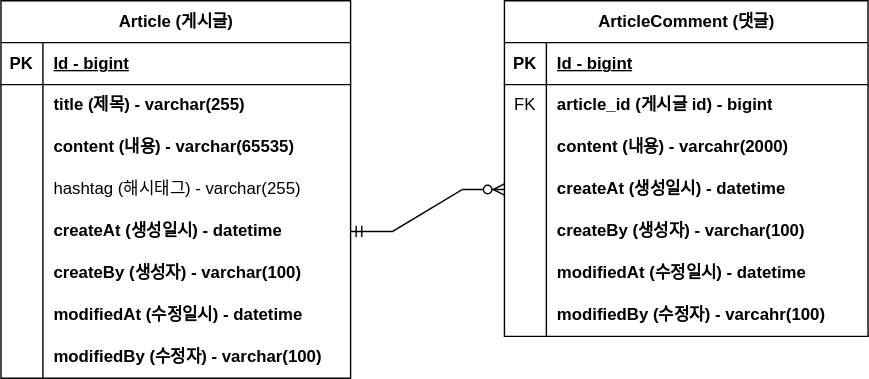
maiload/fastcampus-project-board keeps this draw.io diagram as document/project-board-erd.svg. Above is the earlier version. Source tidied: cells renumbered, new cells last; positions are measured from the earlier drawing's top-left corner, leaving out a move shared by most shapes.
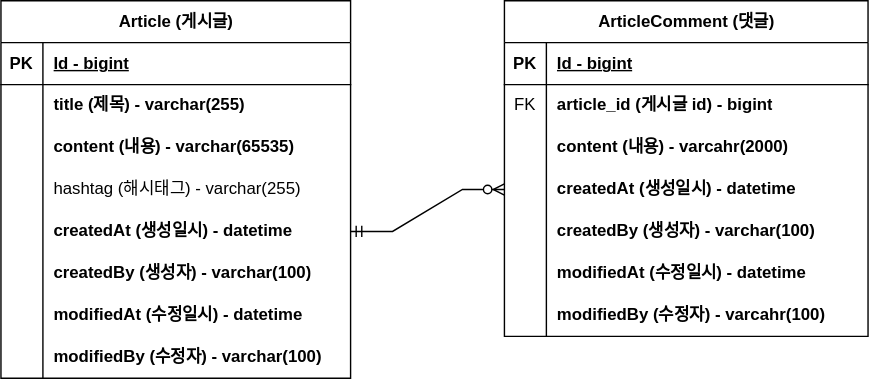
The same file after the commit.

Diff of the diagram source:
```diff
@@ -47,7 +47,7 @@
     <mxCell id="16" style="shape=partialRectangle;fillColor=none;top=0;left=0;bottom=0;right=0;overflow=hidden;whiteSpace=wrap;html=1;" parent="15" vertex="1">
       <mxGeometry width="30" height="30" as="geometry" />
     </mxCell>
-    <mxCell id="17" value="createAt (생성일시) - datetime" style="shape=partialRectangle;fillColor=none;top=0;left=0;bottom=0;right=0;align=left;spacingLeft=6;overflow=hidden;whiteSpace=wrap;html=1;fontStyle=1;" parent="15" vertex="1">
+    <mxCell id="17" value="createdAt (생성일시) - datetime" style="shape=partialRectangle;fillColor=none;top=0;left=0;bottom=0;right=0;align=left;spacingLeft=6;overflow=hidden;whiteSpace=wrap;html=1;fontStyle=1;" parent="15" vertex="1">
       <mxGeometry x="30" width="220" height="30" as="geometry" />
     </mxCell>
     <mxCell id="18" style="shape=tableRow;horizontal=0;startSize=0;swimlaneHead=0;swimlaneBody=0;fillColor=none;top=0;left=0;right=0;bottom=0;" parent="2" vertex="1">
@@ -56,7 +56,7 @@
     <mxCell id="19" style="shape=partialRectangle;fillColor=none;top=0;left=0;bottom=0;right=0;overflow=hidden;whiteSpace=wrap;html=1;" parent="18" vertex="1">
       <mxGeometry width="30" height="30" as="geometry" />
     </mxCell>
-    <mxCell id="20" value="createBy (생성자) - varchar(100)" style="shape=partialRectangle;fillColor=none;top=0;left=0;bottom=0;right=0;align=left;spacingLeft=6;overflow=hidden;whiteSpace=wrap;html=1;fontStyle=1;" parent="18" vertex="1">
+    <mxCell id="20" value="createdBy (생성자) - varchar(100)" style="shape=partialRectangle;fillColor=none;top=0;left=0;bottom=0;right=0;align=left;spacingLeft=6;overflow=hidden;whiteSpace=wrap;html=1;fontStyle=1;" parent="18" vertex="1">
       <mxGeometry x="30" width="220" height="30" as="geometry" />
     </mxCell>
     <mxCell id="21" style="shape=tableRow;horizontal=0;startSize=0;swimlaneHead=0;swimlaneBody=0;fillColor=none;top=0;left=0;right=0;bottom=0;" parent="2" vertex="1">
@@ -116,7 +116,7 @@
     <mxCell id="39" style="shape=partialRectangle;fillColor=none;top=0;left=0;bottom=0;right=0;overflow=hidden;whiteSpace=wrap;html=1;" parent="38" vertex="1">
       <mxGeometry width="30" height="30" as="geometry" />
     </mxCell>
-    <mxCell id="40" value="createAt (생성일시) - datetime" style="shape=partialRectangle;fillColor=none;top=0;left=0;bottom=0;right=0;align=left;spacingLeft=6;overflow=hidden;whiteSpace=wrap;html=1;fontStyle=1;" parent="38" vertex="1">
+    <mxCell id="40" value="createdAt (생성일시) - datetime" style="shape=partialRectangle;fillColor=none;top=0;left=0;bottom=0;right=0;align=left;spacingLeft=6;overflow=hidden;whiteSpace=wrap;html=1;fontStyle=1;" parent="38" vertex="1">
       <mxGeometry x="30" width="230" height="30" as="geometry" />
     </mxCell>
     <mxCell id="41" style="shape=tableRow;horizontal=0;startSize=0;swimlaneHead=0;swimlaneBody=0;fillColor=none;top=0;left=0;right=0;bottom=0;" parent="28" vertex="1">
@@ -125,7 +125,7 @@
     <mxCell id="42" style="shape=partialRectangle;fillColor=none;top=0;left=0;bottom=0;right=0;overflow=hidden;whiteSpace=wrap;html=1;" parent="41" vertex="1">
       <mxGeometry width="30" height="30" as="geometry" />
     </mxCell>
-    <mxCell id="43" value="createBy (생성자) - varchar(100)" style="shape=partialRectangle;fillColor=none;top=0;left=0;bottom=0;right=0;align=left;spacingLeft=6;overflow=hidden;whiteSpace=wrap;html=1;fontStyle=1;" parent="41" vertex="1">
+    <mxCell id="43" value="createdBy (생성자) - varchar(100)" style="shape=partialRectangle;fillColor=none;top=0;left=0;bottom=0;right=0;align=left;spacingLeft=6;overflow=hidden;whiteSpace=wrap;html=1;fontStyle=1;" parent="41" vertex="1">
       <mxGeometry x="30" width="230" height="30" as="geometry" />
     </mxCell>
     <mxCell id="44" style="shape=tableRow;horizontal=0;startSize=0;swimlaneHead=0;swimlaneBody=0;fillColor=none;top=0;left=0;right=0;bottom=0;" parent="28" vertex="1">
```
